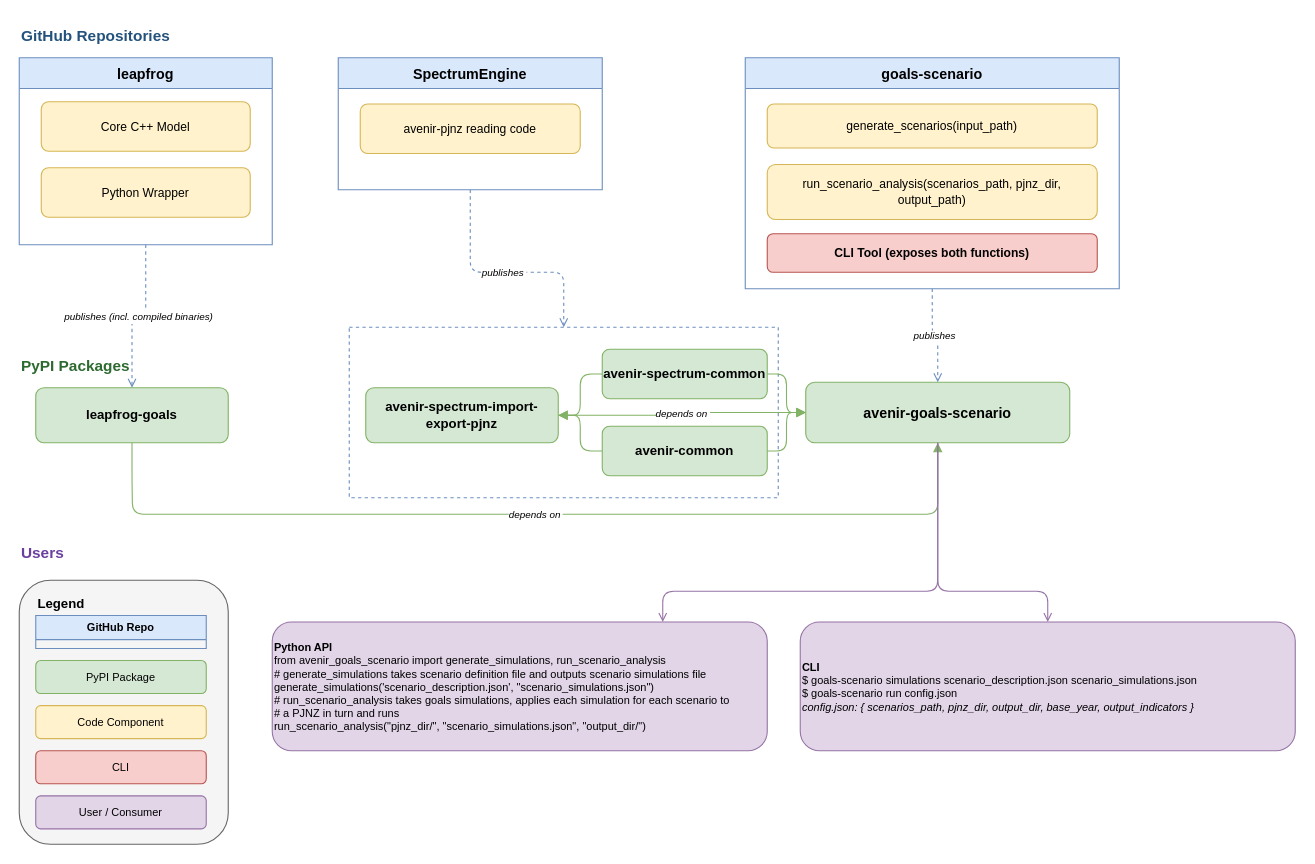
The draw.io diagram images/goals_scenario_architecture.drawio in AvenirHealth-org/goals-scenario, before the edit. Source tidied: cells renumbered, new cells numbered last; positions are measured from the earlier drawing's top-left corner, leaving out a move shared by most shapes. Both pictures are drawn from the tidied source at 110%, with x=0, y=0 at pixel (19, 19).
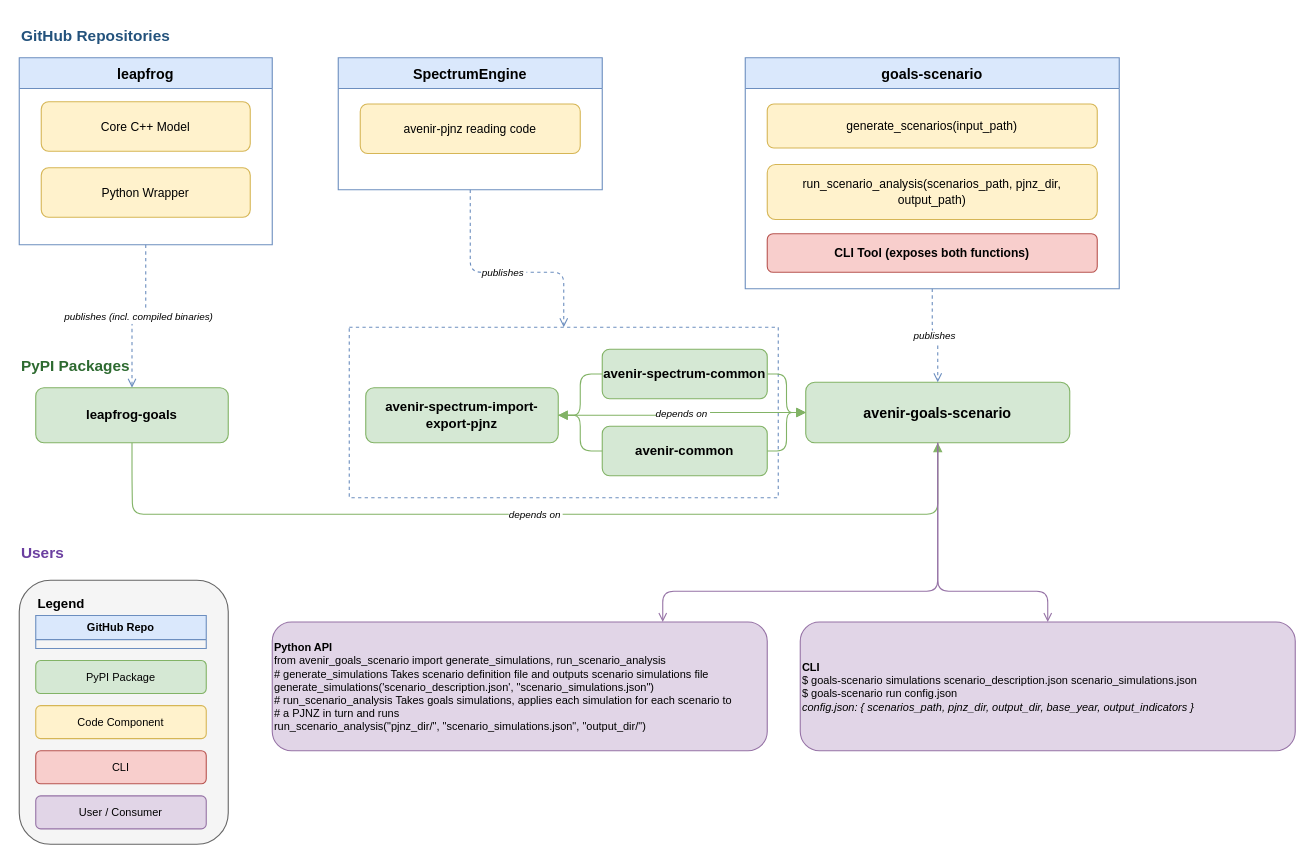
The same page after the edit.

Diff of the diagram source:
```diff
@@
-    <mxCell id="20" value="&lt;b&gt;Python API&lt;/b&gt;&lt;br&gt;from avenir_goals_scenario import generate_simulations, run_scenario_analysis&lt;br&gt;# generate_simulations takes scenario definition file and outputs scenario simulations file&lt;br&gt;generate_simulations('scenario_description.json', &quot;scenario_simulations.json&quot;)&lt;br&gt;# run_scenario_analysis takes goals simulations, applies each simulation for each scenario to&amp;nbsp;&lt;br&gt;# a PJNZ in turn and runs&lt;br&gt;run_scenario_analysis(&quot;pjnz_dir/&quot;, &quot;scenario_simulations.json&quot;, &quot;output_dir/&quot;)" style="rounded=1;whiteSpace=wrap;html=1;fillColor=#e1d5e7;strokeColor=#9673a6;fontSize=10;align=left;" parent="1" vertex="1">
+    <mxCell id="20" value="&lt;b&gt;Python API&lt;/b&gt;&lt;br&gt;from avenir_goals_scenario import generate_simulations, run_scenario_analysis&lt;br&gt;# generate_simulations Takes scenario definition file and outputs scenario simulations file&lt;br&gt;generate_simulations('scenario_description.json', &quot;scenario_simulations.json&quot;)&lt;br&gt;# run_scenario_analysis Takes goals simulations, applies each simulation for each scenario to&amp;nbsp;&lt;br&gt;# a PJNZ in turn and runs&lt;br&gt;run_scenario_analysis(&quot;pjnz_dir/&quot;, &quot;scenario_simulations.json&quot;, &quot;output_dir/&quot;)" style="rounded=1;whiteSpace=wrap;html=1;fillColor=#e1d5e7;strokeColor=#9673a6;fontSize=10;align=left;" parent="1" vertex="1">
       <mxGeometry x="230" y="548" width="450" height="117" as="geometry" />
     </mxCell>
```
